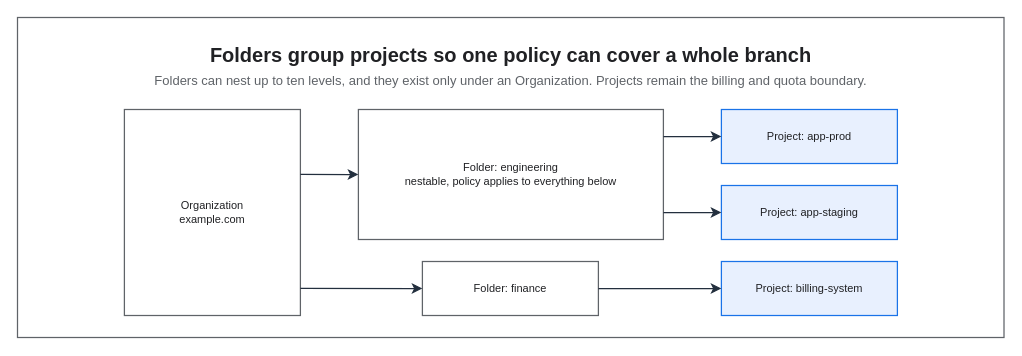
Before: assets/img/gcp/gcp-org-tree.drawio in KKamJi98/kkamji98.github.io, a draw.io diagram. Source tidied: cells renumbered, new cells numbered last; positions are measured from the earlier drawing's top-left corner, leaving out a move shared by most shapes. Both pictures are drawn from the tidied source at 100%, with x=0, y=0 at pixel (17, 17).
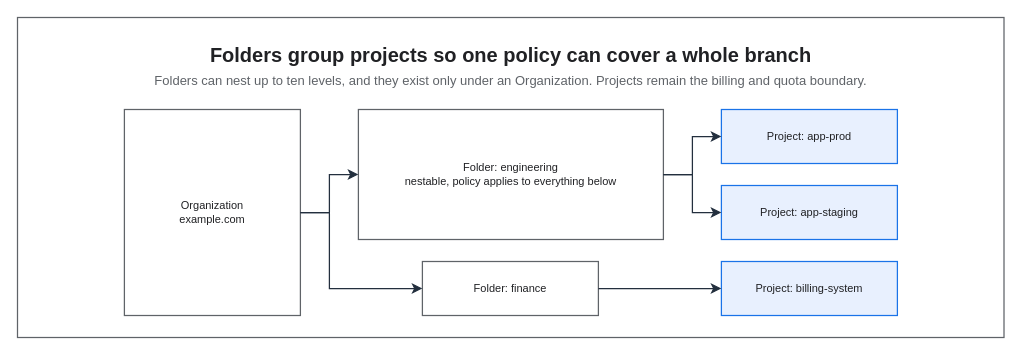
The same page after the edit.

The change refers to these unchanged cells:
```xml
<mxCell id="5" value="Organization&#10;example.com" style="rounded=0;whiteSpace=wrap;html=0;fillColor=#FFFFFF;strokeColor=#5F6368;fontColor=#202124;fontSize=11;fontStyle=0;align=center;verticalAlign=middle;spacingLeft=6;spacingRight=6;strokeWidth=1.25;" parent="1" vertex="1">
  <mxGeometry x="106.9" y="92" width="176" height="206" as="geometry" />
</mxCell>
<mxCell id="6" value="Folder: engineering&#10;nestable, policy applies to everything below" style="rounded=0;whiteSpace=wrap;html=0;fillColor=#FFFFFF;strokeColor=#5F6368;fontColor=#202124;fontSize=11;fontStyle=0;align=center;verticalAlign=middle;spacingLeft=6;spacingRight=6;strokeWidth=1.25;" parent="1" vertex="1">
  <mxGeometry x="340.9" y="92" width="305" height="130" as="geometry" />
</mxCell>
<mxCell id="7" value="Folder: finance" style="rounded=0;whiteSpace=wrap;html=0;fillColor=#FFFFFF;strokeColor=#5F6368;fontColor=#202124;fontSize=11;fontStyle=0;align=center;verticalAlign=middle;spacingLeft=6;spacingRight=6;strokeWidth=1.25;" parent="1" vertex="1">
  <mxGeometry x="404.9" y="244" width="176" height="54" as="geometry" />
</mxCell>
<mxCell id="8" value="Project: app-prod" style="rounded=0;whiteSpace=wrap;html=0;fillColor=#E8F0FE;strokeColor=#1A73E8;fontColor=#202124;fontSize=11;fontStyle=0;align=center;verticalAlign=middle;spacingLeft=6;spacingRight=6;strokeWidth=1.25;" parent="1" vertex="1">
  <mxGeometry x="703.9" y="92" width="176" height="54" as="geometry" />
</mxCell>
<mxCell id="9" value="Project: app-staging" style="rounded=0;whiteSpace=wrap;html=0;fillColor=#E8F0FE;strokeColor=#1A73E8;fontColor=#202124;fontSize=11;fontStyle=0;align=center;verticalAlign=middle;spacingLeft=6;spacingRight=6;strokeWidth=1.25;" parent="1" vertex="1">
  <mxGeometry x="703.9" y="168" width="176" height="54" as="geometry" />
</mxCell>
```

What changed in the source:
```diff
@@
-    <mxCell id="11" style="edgeStyle=orthogonalEdgeStyle;rounded=0;html=0;strokeColor=#232F3E;strokeWidth=1.25;endArrow=classic;endFill=1;endSize=7;fontSize=11;fontColor=#202124;labelBackgroundColor=none;jettySize=14;exitX=1;exitY=0.3155;entryX=0;entryY=0.5;exitDx=0;exitDy=0;entryDx=0;entryDy=0;" parent="1" edge="1" source="5" target="6">
-      <mxGeometry relative="1" as="geometry" />
+    <mxCell id="11" style="edgeStyle=orthogonalEdgeStyle;rounded=0;html=0;strokeColor=#232F3E;strokeWidth=1.25;endArrow=classic;endFill=1;endSize=7;fontSize=11;fontColor=#202124;labelBackgroundColor=none;jettySize=14;exitX=1;exitY=0.5;entryX=0;entryY=0.5;exitDx=0;exitDy=0;entryDx=0;entryDy=0;" parent="1" edge="1" source="5" target="6">
+      <mxGeometry relative="1" as="geometry">
+        <Array as="points">
+          <mxPoint x="311.9" y="195" />
+          <mxPoint x="311.9" y="157" />
+        </Array>
+      </mxGeometry>
     </mxCell>
-    <mxCell id="12" style="edgeStyle=orthogonalEdgeStyle;rounded=0;html=0;strokeColor=#232F3E;strokeWidth=1.25;endArrow=classic;endFill=1;endSize=7;fontSize=11;fontColor=#202124;labelBackgroundColor=none;jettySize=14;exitX=1;exitY=0.8689;entryX=0;entryY=0.5;exitDx=0;exitDy=0;entryDx=0;entryDy=0;" parent="1" edge="1" source="5" target="7">
-      <mxGeometry relative="1" as="geometry" />
+    <mxCell id="12" style="edgeStyle=orthogonalEdgeStyle;rounded=0;html=0;strokeColor=#232F3E;strokeWidth=1.25;endArrow=classic;endFill=1;endSize=7;fontSize=11;fontColor=#202124;labelBackgroundColor=none;jettySize=14;exitX=1;exitY=0.5;entryX=0;entryY=0.5;exitDx=0;exitDy=0;entryDx=0;entryDy=0;" parent="1" edge="1" source="5" target="7">
+      <mxGeometry relative="1" as="geometry">
+        <Array as="points">
+          <mxPoint x="311.9" y="195" />
+          <mxPoint x="311.9" y="271" />
+        </Array>
+      </mxGeometry>
     </mxCell>
-    <mxCell id="13" style="edgeStyle=orthogonalEdgeStyle;rounded=0;html=0;strokeColor=#232F3E;strokeWidth=1.25;endArrow=classic;endFill=1;endSize=7;fontSize=11;fontColor=#202124;labelBackgroundColor=none;jettySize=14;exitX=1;exitY=0.2077;entryX=0;entryY=0.5;exitDx=0;exitDy=0;entryDx=0;entryDy=0;" parent="1" edge="1" source="6" target="8">
-      <mxGeometry relative="1" as="geometry" />
+    <mxCell id="13" style="edgeStyle=orthogonalEdgeStyle;rounded=0;html=0;strokeColor=#232F3E;strokeWidth=1.25;endArrow=classic;endFill=1;endSize=7;fontSize=11;fontColor=#202124;labelBackgroundColor=none;jettySize=14;exitX=1;exitY=0.5;entryX=0;entryY=0.5;exitDx=0;exitDy=0;entryDx=0;entryDy=0;" parent="1" edge="1" source="6" target="8">
+      <mxGeometry relative="1" as="geometry">
+        <Array as="points">
+          <mxPoint x="674.9" y="157" />
+          <mxPoint x="674.9" y="119" />
+        </Array>
+      </mxGeometry>
     </mxCell>
-    <mxCell id="14" style="edgeStyle=orthogonalEdgeStyle;rounded=0;html=0;strokeColor=#232F3E;strokeWidth=1.25;endArrow=classic;endFill=1;endSize=7;fontSize=11;fontColor=#202124;labelBackgroundColor=none;jettySize=14;exitX=1;exitY=0.7923;entryX=0;entryY=0.5;exitDx=0;exitDy=0;entryDx=0;entryDy=0;" parent="1" edge="1" source="6" target="9">
-      <mxGeometry relative="1" as="geometry" />
+    <mxCell id="14" style="edgeStyle=orthogonalEdgeStyle;rounded=0;html=0;strokeColor=#232F3E;strokeWidth=1.25;endArrow=classic;endFill=1;endSize=7;fontSize=11;fontColor=#202124;labelBackgroundColor=none;jettySize=14;exitX=1;exitY=0.5;entryX=0;entryY=0.5;exitDx=0;exitDy=0;entryDx=0;entryDy=0;" parent="1" edge="1" source="6" target="9">
+      <mxGeometry relative="1" as="geometry">
+        <Array as="points">
+          <mxPoint x="674.9" y="157" />
+          <mxPoint x="674.9" y="195" />
+        </Array>
+      </mxGeometry>
     </mxCell>
```
